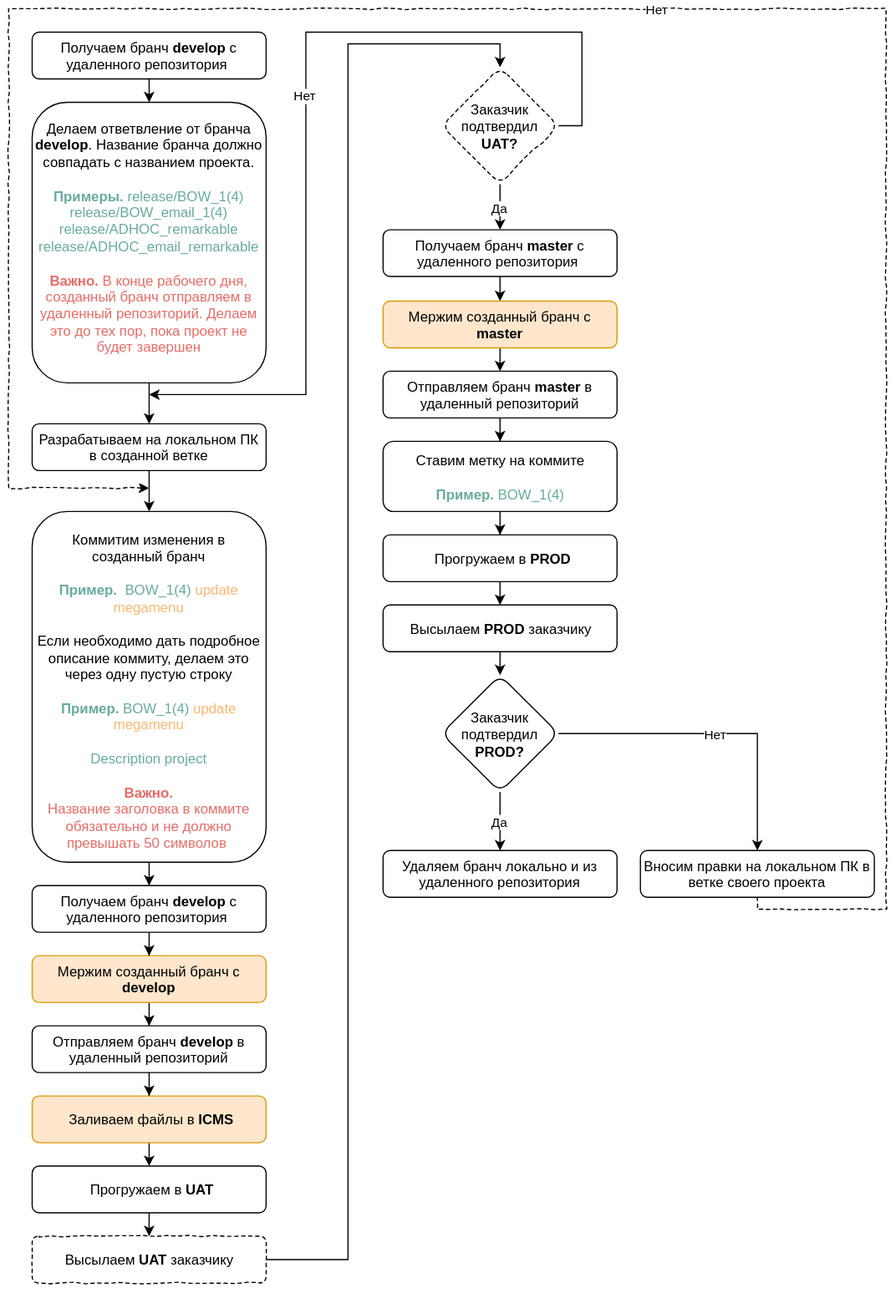
Earlier version of the draw.io export GIT roadmap.svg (biryukovkolya/upload-files). Source tidied: cells renumbered, new cells last; positions are measured from the earlier drawing's top-left corner, leaving out a move shared by most shapes.
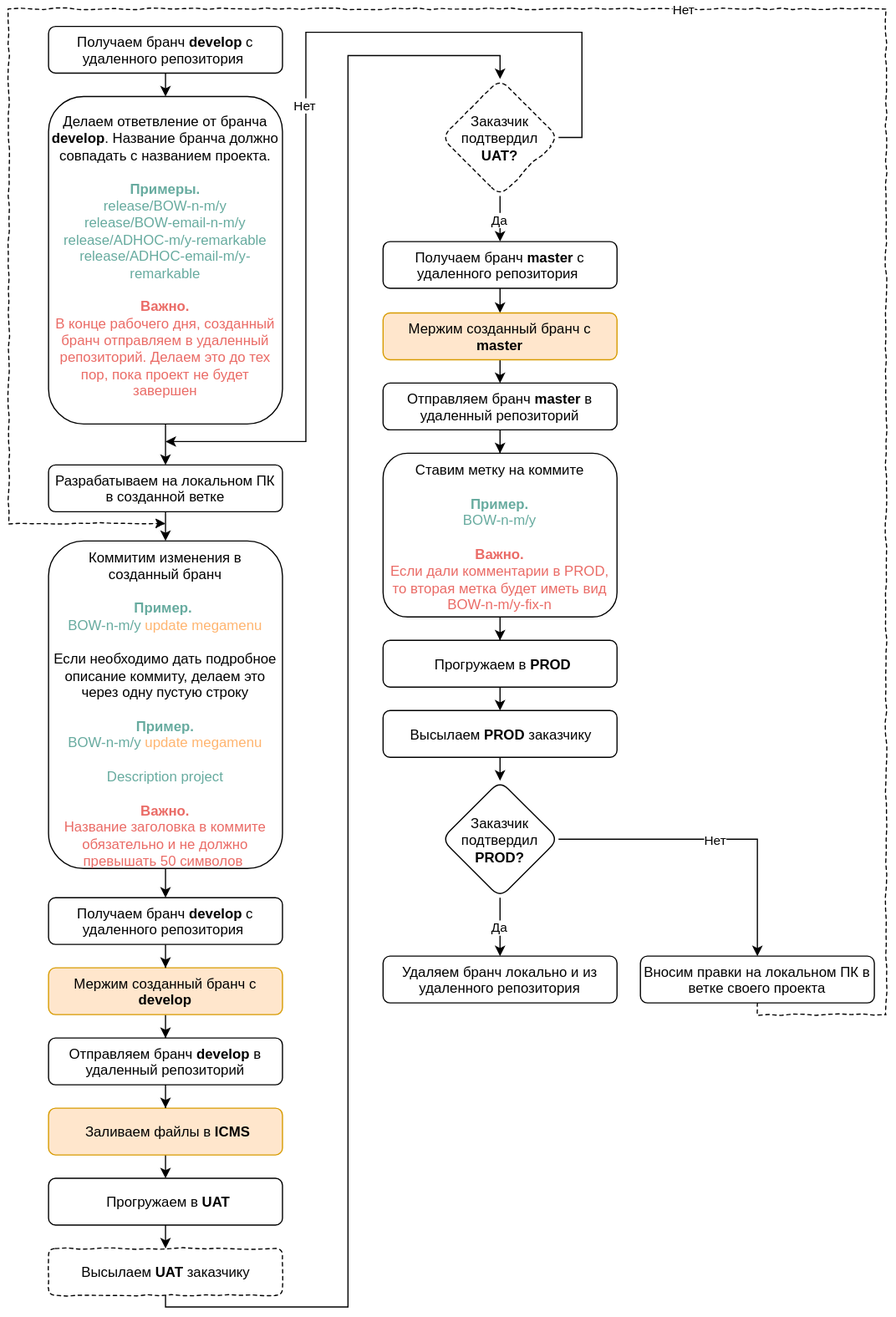
Above is the later version.

Change to the diagram source:
```diff
@@ -6,49 +6,49 @@
       <mxGeometry relative="1" as="geometry" />
     </mxCell>
     <mxCell id="3" value="Получаем бранч&amp;nbsp;&lt;b&gt;develop&lt;/b&gt; c удаленного репозитория&amp;nbsp;&lt;b&gt;&lt;font color=&quot;#67ab9f&quot;&gt;&lt;br&gt;&lt;/font&gt;&lt;/b&gt;" style="rounded=1;whiteSpace=wrap;html=1;spacingRight=0;spacingLeft=0;spacing=3;" parent="1" vertex="1">
-      <mxGeometry x="20" y="20" width="200" height="40" as="geometry" />
+      <mxGeometry x="34" y="5" width="200" height="40" as="geometry" />
     </mxCell>
     <mxCell id="4" style="edgeStyle=orthogonalEdgeStyle;rounded=0;html=1;exitX=0.5;exitY=1;jettySize=auto;" parent="1" edge="1" source="5" target="7">
       <mxGeometry relative="1" as="geometry" />
     </mxCell>
     <mxCell id="5" value="Разрабатываем на локальном ПК в созданной ветке" style="rounded=1;whiteSpace=wrap;html=1;spacing=3;" parent="1" vertex="1">
-      <mxGeometry x="20" y="355" width="200" height="40" as="geometry" />
+      <mxGeometry x="34" y="380" width="200" height="40" as="geometry" />
     </mxCell>
     <mxCell id="6" style="edgeStyle=orthogonalEdgeStyle;rounded=0;html=1;exitX=0.5;exitY=1;jettySize=auto;" parent="1" edge="1" source="7" target="13">
       <mxGeometry relative="1" as="geometry" />
     </mxCell>
-    <mxCell id="7" value="Коммитим изменения в созданный бранч&lt;br&gt;&lt;span style=&quot;color: rgb(103 , 171 , 159)&quot;&gt;&lt;br&gt;&lt;b&gt;Пример.&lt;/b&gt;&amp;nbsp;&lt;/span&gt;&lt;b style=&quot;color: rgb(103 , 171 , 159)&quot;&gt; &lt;/b&gt;&lt;span style=&quot;color: rgb(103 , 171 , 159)&quot;&gt;BOW_1(4) &lt;/span&gt;&lt;font color=&quot;#ffb570&quot;&gt;update megamenu&lt;/font&gt;&lt;br&gt;&lt;br&gt;Если необходимо дать подробное описание&amp;nbsp;коммиту, делаем это через одну пустую строку&lt;br&gt;&lt;br&gt;&lt;font color=&quot;#67ab9f&quot;&gt;&lt;b&gt;Пример.&lt;/b&gt; BOW_1(4) &lt;/font&gt;&lt;font color=&quot;#ffb570&quot;&gt;update megamenu&lt;/font&gt;&lt;br&gt;&lt;br&gt;&lt;font color=&quot;#67ab9f&quot;&gt;Description project&lt;/font&gt;&lt;br&gt;&lt;b&gt;&lt;br&gt;&lt;font color=&quot;#ea6b66&quot;&gt;Важно.&lt;/font&gt;&lt;/b&gt;&lt;font color=&quot;#ea6b66&quot;&gt; &lt;br&gt;Название заголовка в коммите обязательно и не должно превышать 50 символов&amp;nbsp;&lt;/font&gt;&lt;br&gt;" style="rounded=1;whiteSpace=wrap;html=1;spacing=3;" parent="1" vertex="1">
-      <mxGeometry x="20" y="430" width="200" height="300" as="geometry" />
+    <mxCell id="7" value="Коммитим изменения в созданный бранч&lt;br&gt;&lt;span style=&quot;color: rgb(103 , 171 , 159)&quot;&gt;&lt;br&gt;&lt;b&gt;Пример.&lt;/b&gt;&amp;nbsp;&lt;b&gt;&lt;br&gt;&lt;/b&gt;&lt;/span&gt;&lt;span style=&quot;color: rgb(103 , 171 , 159)&quot;&gt;BOW-n-m/y&amp;nbsp;&lt;/span&gt;&lt;font color=&quot;#ffb570&quot;&gt;update megamenu&lt;/font&gt;&lt;br&gt;&lt;br&gt;Если необходимо дать подробное описание&amp;nbsp;коммиту, делаем это через одну пустую строку&lt;br&gt;&lt;br&gt;&lt;font color=&quot;#67ab9f&quot;&gt;&lt;b&gt;Пример.&lt;br&gt;&lt;/b&gt;BOW-n-m/y&amp;nbsp;&lt;/font&gt;&lt;font color=&quot;#ffb570&quot;&gt;update megamenu&lt;/font&gt;&lt;br&gt;&lt;br&gt;&lt;font color=&quot;#67ab9f&quot;&gt;Description project&lt;/font&gt;&lt;br&gt;&lt;b&gt;&lt;br&gt;&lt;font color=&quot;#ea6b66&quot;&gt;Важно.&lt;/font&gt;&lt;/b&gt;&lt;font color=&quot;#ea6b66&quot;&gt; &lt;br&gt;Название заголовка в коммите обязательно и не должно превышать 50 символов&amp;nbsp;&lt;/font&gt;&lt;br&gt;" style="rounded=1;whiteSpace=wrap;html=1;spacing=3;" parent="1" vertex="1">
+      <mxGeometry x="34" y="445" width="200" height="280" as="geometry" />
     </mxCell>
     <mxCell id="8" style="edgeStyle=orthogonalEdgeStyle;rounded=0;html=1;exitX=0.5;exitY=1;jettySize=auto;" parent="1" edge="1" source="9" target="36">
       <mxGeometry relative="1" as="geometry" />
     </mxCell>
     <mxCell id="9" value="Мержим созданный бранч с &lt;b&gt;develop&lt;/b&gt;" style="rounded=1;whiteSpace=wrap;html=1;spacing=3;fillColor=#ffe6cc;strokeColor=#d79b00;glass=0;" parent="1" vertex="1">
-      <mxGeometry x="20" y="810" width="200" height="40" as="geometry" />
+      <mxGeometry x="34" y="810" width="200" height="40" as="geometry" />
     </mxCell>
-    <mxCell id="10" style="edgeStyle=orthogonalEdgeStyle;rounded=0;html=1;exitX=0.5;exitY=1;entryX=0.5;entryY=0;jettySize=auto;" parent="1" edge="1" source="11" target="5">
+    <mxCell id="10" style="edgeStyle=orthogonalEdgeStyle;rounded=0;comic=0;html=1;exitX=0.5;exitY=1;entryX=0.5;entryY=0;jettySize=auto;" parent="1" edge="1" source="11" target="5">
       <mxGeometry relative="1" as="geometry" />
     </mxCell>
-    <mxCell id="11" value="Делаем ответвление от бранча &lt;b&gt;develop&lt;/b&gt;. Название бранча должно совпадать с названием проекта.&lt;br&gt;&lt;font color=&quot;#67ab9f&quot;&gt;&lt;br&gt;&lt;b&gt;Примеры.&lt;/b&gt; release/BOW_1(4)&lt;/font&gt;&lt;font color=&quot;#67ab9f&quot;&gt;&lt;br&gt;release/BOW_email_1(4)&lt;br&gt;release/ADHOC_remarkable&lt;/font&gt;&lt;br&gt;&lt;font color=&quot;#67ab9f&quot;&gt;release/ADHOC_email_remarkable&lt;/font&gt;&lt;font color=&quot;#67ab9f&quot;&gt;&lt;br&gt;&lt;br&gt;&lt;/font&gt;&lt;font color=&quot;#ea6b66&quot;&gt;&lt;b&gt;Важно.&lt;/b&gt;&amp;nbsp;В конце рабочего дня, созданный бранч отправляем в удаленный репозиторий. Делаем это до тех пор, пока проект не будет завершен&lt;/font&gt;&lt;b&gt;&lt;font color=&quot;#67ab9f&quot;&gt;&lt;br&gt;&lt;/font&gt;&lt;/b&gt;" style="rounded=1;whiteSpace=wrap;html=1;spacingRight=0;spacingLeft=0;spacing=3;" parent="1" vertex="1">
-      <mxGeometry x="20" y="80" width="200" height="240" as="geometry" />
+    <mxCell id="11" value="Делаем ответвление от бранча &lt;b&gt;develop&lt;/b&gt;. Название бранча должно совпадать с названием проекта.&lt;br&gt;&lt;font color=&quot;#67ab9f&quot;&gt;&lt;br&gt;&lt;b&gt;Примеры.&lt;br&gt;&lt;/b&gt;release/BOW-n-m/y&lt;/font&gt;&lt;font color=&quot;#67ab9f&quot;&gt;&lt;br&gt;release/BOW-email-n-m/y&lt;br&gt;release/ADHOC-m/y-remarkable&lt;/font&gt;&lt;br&gt;&lt;font color=&quot;#67ab9f&quot;&gt;release/ADHOC-email-m/y-remarkable&lt;/font&gt;&lt;font color=&quot;#67ab9f&quot;&gt;&lt;br&gt;&lt;br&gt;&lt;/font&gt;&lt;font color=&quot;#ea6b66&quot;&gt;&lt;b&gt;Важно.&lt;br&gt;&lt;/b&gt;В конце рабочего дня, созданный бранч отправляем в удаленный репозиторий. Делаем это до тех пор, пока проект не будет завершен&lt;/font&gt;&lt;b&gt;&lt;font color=&quot;#67ab9f&quot;&gt;&lt;br&gt;&lt;/font&gt;&lt;/b&gt;" style="rounded=1;whiteSpace=wrap;html=1;spacingRight=0;spacingLeft=0;spacing=3;" parent="1" vertex="1">
+      <mxGeometry x="34" y="65" width="200" height="280" as="geometry" />
     </mxCell>
     <mxCell id="12" style="edgeStyle=orthogonalEdgeStyle;rounded=0;html=1;exitX=0.5;exitY=1;jettySize=auto;" parent="1" edge="1" source="13" target="9">
       <mxGeometry relative="1" as="geometry" />
     </mxCell>
     <mxCell id="13" value="Получаем бранч&amp;nbsp;&lt;b&gt;develop&lt;/b&gt; c удаленного репозитория&amp;nbsp;&lt;b&gt;&lt;font color=&quot;#67ab9f&quot;&gt;&lt;br&gt;&lt;/font&gt;&lt;/b&gt;" style="rounded=1;whiteSpace=wrap;html=1;spacingRight=0;spacingLeft=0;spacing=3;" parent="1" vertex="1">
-      <mxGeometry x="20" y="750" width="200" height="40" as="geometry" />
+      <mxGeometry x="34" y="750" width="200" height="40" as="geometry" />
     </mxCell>
     <mxCell id="14" value="Да" style="edgeStyle=orthogonalEdgeStyle;rounded=0;html=1;exitX=0.5;exitY=1;entryX=0.5;entryY=0;jettySize=auto;" parent="1" edge="1" source="16" target="24">
       <mxGeometry relative="1" as="geometry" />
     </mxCell>
-    <mxCell id="15" value="Нет" style="edgeStyle=orthogonalEdgeStyle;rounded=0;html=1;exitX=1;exitY=0.5;jettySize=auto;" parent="1" edge="1" source="16">
+    <mxCell id="15" value="Нет" style="edgeStyle=orthogonalEdgeStyle;rounded=0;comic=0;html=1;exitX=1;exitY=0.5;jettySize=auto;" parent="1" edge="1" source="16">
       <mxGeometry relative="1" as="geometry">
-        <mxPoint x="120" y="330" as="targetPoint" />
+        <mxPoint x="134" y="360" as="targetPoint" />
         <Array as="points">
           <mxPoint x="490" y="100" />
-          <mxPoint x="490" y="20" />
-          <mxPoint x="254" y="20" />
-          <mxPoint x="254" y="330" />
+          <mxPoint x="490" y="10" />
+          <mxPoint x="254" y="10" />
+          <mxPoint x="254" y="360" />
         </Array>
       </mxGeometry>
     </mxCell>
@@ -59,26 +59,28 @@
       <mxGeometry relative="1" as="geometry" />
     </mxCell>
     <mxCell id="18" value="&amp;nbsp;Заливаем файлы в &lt;b&gt;ICMS&lt;/b&gt;" style="rounded=1;whiteSpace=wrap;html=1;spacing=3;fillColor=#ffe6cc;strokeColor=#d79b00;" parent="1" vertex="1">
-      <mxGeometry x="20" y="930" width="200" height="40" as="geometry" />
+      <mxGeometry x="34" y="930" width="200" height="40" as="geometry" />
     </mxCell>
-    <mxCell id="19" style="edgeStyle=orthogonalEdgeStyle;rounded=0;html=1;exitX=0.5;exitY=1;entryX=0.5;entryY=0;jettySize=auto;" parent="1" edge="1" source="20" target="22">
-      <mxGeometry relative="1" as="geometry" />
+    <mxCell id="19" style="edgeStyle=orthogonalEdgeStyle;rounded=0;html=1;exitX=0.5;exitY=1;entryX=0.5;entryY=0;jettySize=auto;" parent="1" edge="1" source="20">
+      <mxGeometry relative="1" as="geometry">
+        <mxPoint x="134" y="1050" as="targetPoint" />
+      </mxGeometry>
     </mxCell>
     <mxCell id="20" value="&amp;nbsp;Прогружаем в &lt;b&gt;UAT&lt;/b&gt;" style="rounded=1;whiteSpace=wrap;html=1;spacing=3;" parent="1" vertex="1">
-      <mxGeometry x="20" y="990" width="200" height="40" as="geometry" />
+      <mxGeometry x="34" y="990" width="200" height="40" as="geometry" />
     </mxCell>
     <mxCell id="21" style="edgeStyle=orthogonalEdgeStyle;rounded=0;html=1;exitX=0.5;exitY=1;entryX=0.5;entryY=0;jettySize=auto;" parent="1" edge="1" source="22" target="16">
       <mxGeometry relative="1" as="geometry">
         <Array as="points">
-          <mxPoint x="120" y="1070" />
-          <mxPoint x="290" y="1070" />
+          <mxPoint x="134" y="1100" />
+          <mxPoint x="290" y="1100" />
           <mxPoint x="290" y="30" />
           <mxPoint x="420" y="30" />
         </Array>
       </mxGeometry>
     </mxCell>
     <mxCell id="22" value="Высылаем &lt;b&gt;UAT&lt;/b&gt; заказчику" style="rounded=1;whiteSpace=wrap;html=1;spacing=3;comic=1;dashed=1;" parent="1" vertex="1">
-      <mxGeometry x="20" y="1050" width="200" height="40" as="geometry" />
+      <mxGeometry x="34" y="1050" width="200" height="40" as="geometry" />
     </mxCell>
     <mxCell id="23" style="edgeStyle=orthogonalEdgeStyle;rounded=0;html=1;exitX=0.5;exitY=1;entryX=0.5;entryY=0;jettySize=auto;" parent="1" edge="1" source="24" target="26">
       <mxGeometry relative="1" as="geometry" />
@@ -96,13 +98,13 @@
       <mxGeometry relative="1" as="geometry" />
     </mxCell>
     <mxCell id="28" value="&amp;nbsp;Прогружаем в &lt;b&gt;PROD&lt;/b&gt;" style="rounded=1;whiteSpace=wrap;html=1;spacing=3;" parent="1" vertex="1">
-      <mxGeometry x="320" y="450" width="200" height="40" as="geometry" />
+      <mxGeometry x="320" y="530" width="200" height="40" as="geometry" />
     </mxCell>
     <mxCell id="29" style="edgeStyle=orthogonalEdgeStyle;rounded=0;html=1;exitX=0.5;exitY=1;entryX=0.5;entryY=0;jettySize=auto;" parent="1" edge="1" source="30" target="33">
       <mxGeometry relative="1" as="geometry" />
     </mxCell>
     <mxCell id="30" value="Высылаем &lt;b&gt;PROD&lt;/b&gt; заказчику" style="rounded=1;whiteSpace=wrap;html=1;spacing=3;" parent="1" vertex="1">
-      <mxGeometry x="320" y="510" width="200" height="40" as="geometry" />
+      <mxGeometry x="320" y="590" width="200" height="40" as="geometry" />
     </mxCell>
     <mxCell id="31" value="Да" style="edgeStyle=orthogonalEdgeStyle;rounded=0;html=1;exitX=0.5;exitY=1;jettySize=auto;" parent="1" edge="1" source="33" target="34">
       <mxGeometry relative="1" as="geometry" />
@@ -111,16 +113,16 @@
       <mxGeometry relative="1" as="geometry" />
     </mxCell>
     <mxCell id="33" value="Заказчик подтвердил &lt;b&gt;PROD?&lt;/b&gt;" style="rhombus;whiteSpace=wrap;html=1;rounded=1;spacing=3;" parent="1" vertex="1">
-      <mxGeometry x="370" y="570" width="100" height="100" as="geometry" />
+      <mxGeometry x="370" y="650" width="100" height="100" as="geometry" />
     </mxCell>
     <mxCell id="34" value="Удаляем бранч локально и из удаленного репозитория&lt;br&gt;" style="rounded=1;whiteSpace=wrap;html=1;spacing=3;" parent="1" vertex="1">
-      <mxGeometry x="320" y="720" width="200" height="40" as="geometry" />
+      <mxGeometry x="320" y="800" width="200" height="40" as="geometry" />
     </mxCell>
     <mxCell id="35" style="edgeStyle=orthogonalEdgeStyle;rounded=0;html=1;exitX=0.5;exitY=1;jettySize=auto;" parent="1" edge="1" source="36" target="18">
       <mxGeometry relative="1" as="geometry" />
     </mxCell>
     <mxCell id="36" value="Отправляем бранч&amp;nbsp;&lt;b&gt;develop&lt;/b&gt;&amp;nbsp;в удаленный репозиторий&lt;b&gt;&lt;font color=&quot;#67ab9f&quot;&gt;&lt;br&gt;&lt;/font&gt;&lt;/b&gt;" style="rounded=1;whiteSpace=wrap;html=1;spacingRight=0;spacingLeft=0;spacing=3;" parent="1" vertex="1">
-      <mxGeometry x="20" y="870" width="200" height="40" as="geometry" />
+      <mxGeometry x="34" y="870" width="200" height="40" as="geometry" />
     </mxCell>
     <mxCell id="37" style="edgeStyle=orthogonalEdgeStyle;rounded=0;comic=0;html=1;exitX=0.5;exitY=1;jettySize=auto;" parent="1" edge="1" source="38" target="42">
       <mxGeometry relative="1" as="geometry" />
@@ -128,27 +130,26 @@
     <mxCell id="38" value="Отправляем бранч &lt;b&gt;master&lt;/b&gt;&amp;nbsp;в удаленный репозиторий&lt;br&gt;" style="rounded=1;whiteSpace=wrap;html=1;spacing=3;" parent="1" vertex="1">
       <mxGeometry x="320" y="310" width="200" height="40" as="geometry" />
     </mxCell>
-    <mxCell id="39" value="Нет" style="edgeStyle=orthogonalEdgeStyle;rounded=0;html=1;exitX=0.5;exitY=1;jettySize=auto;comic=1;dashed=1;" parent="1" edge="1" source="40">
+    <mxCell id="39" value="Нет" style="edgeStyle=orthogonalEdgeStyle;rounded=0;html=1;jettySize=auto;comic=1;dashed=1;exitX=0.5;exitY=1;" parent="1" edge="1" source="40">
       <mxGeometry relative="1" as="geometry">
-        <mxPoint x="120" y="410" as="targetPoint" />
+        <mxPoint x="134" y="430" as="targetPoint" />
         <Array as="points">
-          <mxPoint x="640" y="770" />
-          <mxPoint x="750" y="770" />
-          <mxPoint x="750" />
-          <mxPoint />
-          <mxPoint y="410" />
-          <mxPoint x="120" y="410" />
+          <mxPoint x="640" y="850" />
+          <mxPoint x="750" y="850" />
+          <mxPoint x="750" y="-10" />
+          <mxPoint y="-10" />
+          <mxPoint y="430" />
         </Array>
       </mxGeometry>
     </mxCell>
     <mxCell id="40" value="Вносим правки на локальном ПК в ветке своего проекта" style="rounded=1;whiteSpace=wrap;html=1;spacing=3;" parent="1" vertex="1">
-      <mxGeometry x="540" y="720" width="200" height="40" as="geometry" />
+      <mxGeometry x="540" y="800" width="200" height="40" as="geometry" />
     </mxCell>
     <mxCell id="41" style="edgeStyle=orthogonalEdgeStyle;rounded=0;comic=0;html=1;exitX=0.5;exitY=1;jettySize=auto;" parent="1" edge="1" source="42" target="28">
       <mxGeometry relative="1" as="geometry" />
     </mxCell>
-    <mxCell id="42" value="Ставим метку на коммите&lt;br&gt;&lt;font color=&quot;#67ab9f&quot;&gt;&lt;br&gt;&lt;b&gt;Пример.&lt;/b&gt; BOW_1(4)&lt;/font&gt;&lt;br&gt;" style="rounded=1;whiteSpace=wrap;html=1;spacing=3;" parent="1" vertex="1">
-      <mxGeometry x="320" y="370" width="200" height="60" as="geometry" />
+    <mxCell id="42" value="Ставим метку на коммите&lt;br&gt;&lt;font color=&quot;#67ab9f&quot;&gt;&lt;br&gt;&lt;b&gt;Пример.&lt;br&gt;&lt;/b&gt;BOW-n-m/y&lt;br&gt;&lt;/font&gt;&lt;br&gt;&lt;font color=&quot;#ea6b66&quot;&gt;&lt;b&gt;Важно.&lt;/b&gt;&lt;br&gt;&lt;span&gt;Если дали комментарии в PROD, то вторая метка будет&amp;nbsp;иметь вид&lt;/span&gt;&lt;br&gt;&lt;span&gt;BOW-n-m/y-fix-n&lt;/span&gt;&lt;/font&gt;&lt;br&gt;" style="rounded=1;whiteSpace=wrap;html=1;spacing=3;" parent="1" vertex="1">
+      <mxGeometry x="320" y="370" width="200" height="140" as="geometry" />
     </mxCell>
   </root>
 </mxGraphModel>
```
